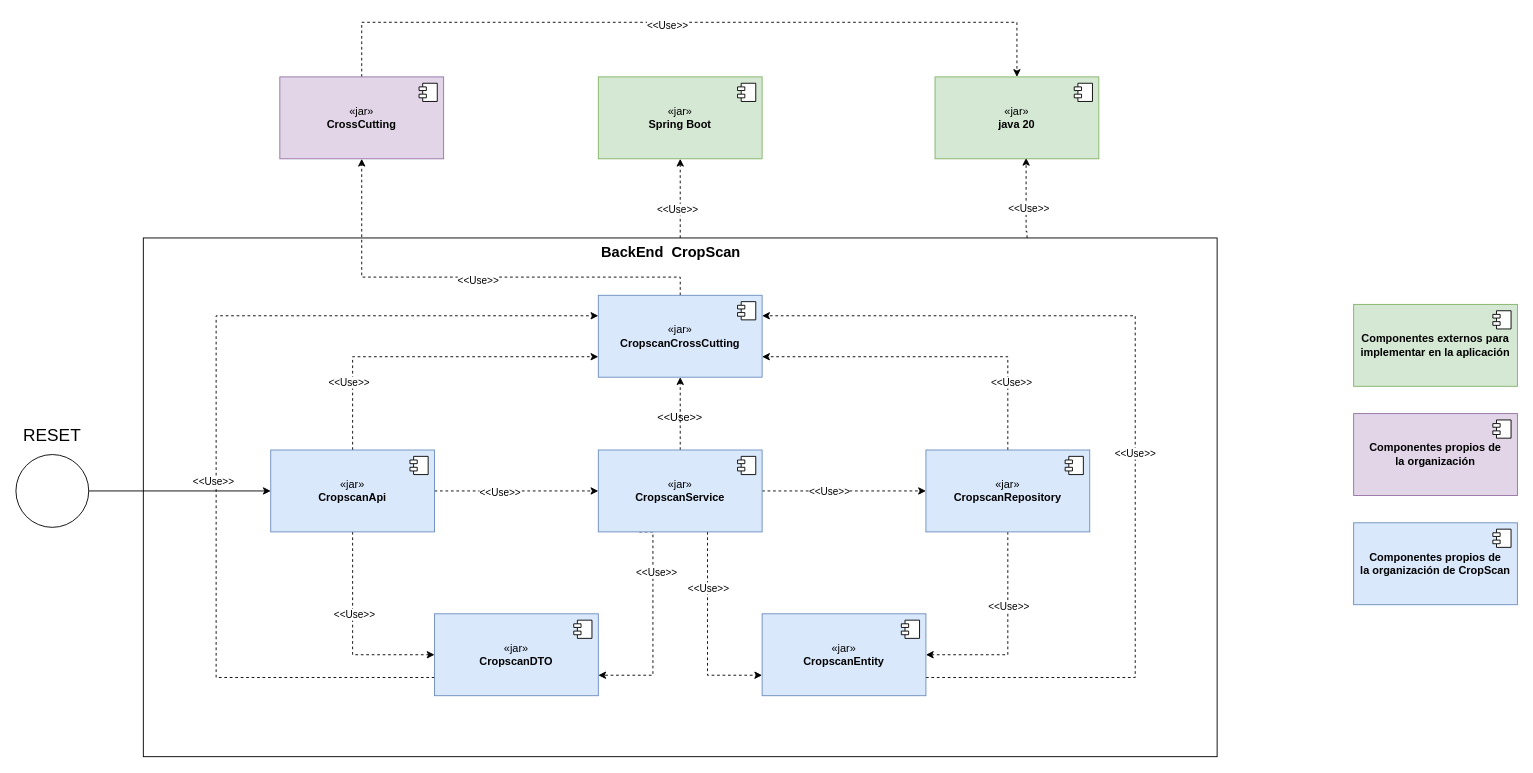
1193090526alexander/IngenieriaDeSotwareII keeps this draw.io diagram as proyecto de clase cropscan/Diagrama de componentes.drawio. Above is the earlier version. Source tidied: cells renumbered, new cells numbered last; positions are measured from the earlier drawing's top-left corner, leaving out a move shared by most shapes. Both pictures are drawn from the tidied source at 91%, with x=0, y=0 at pixel (15, 22).
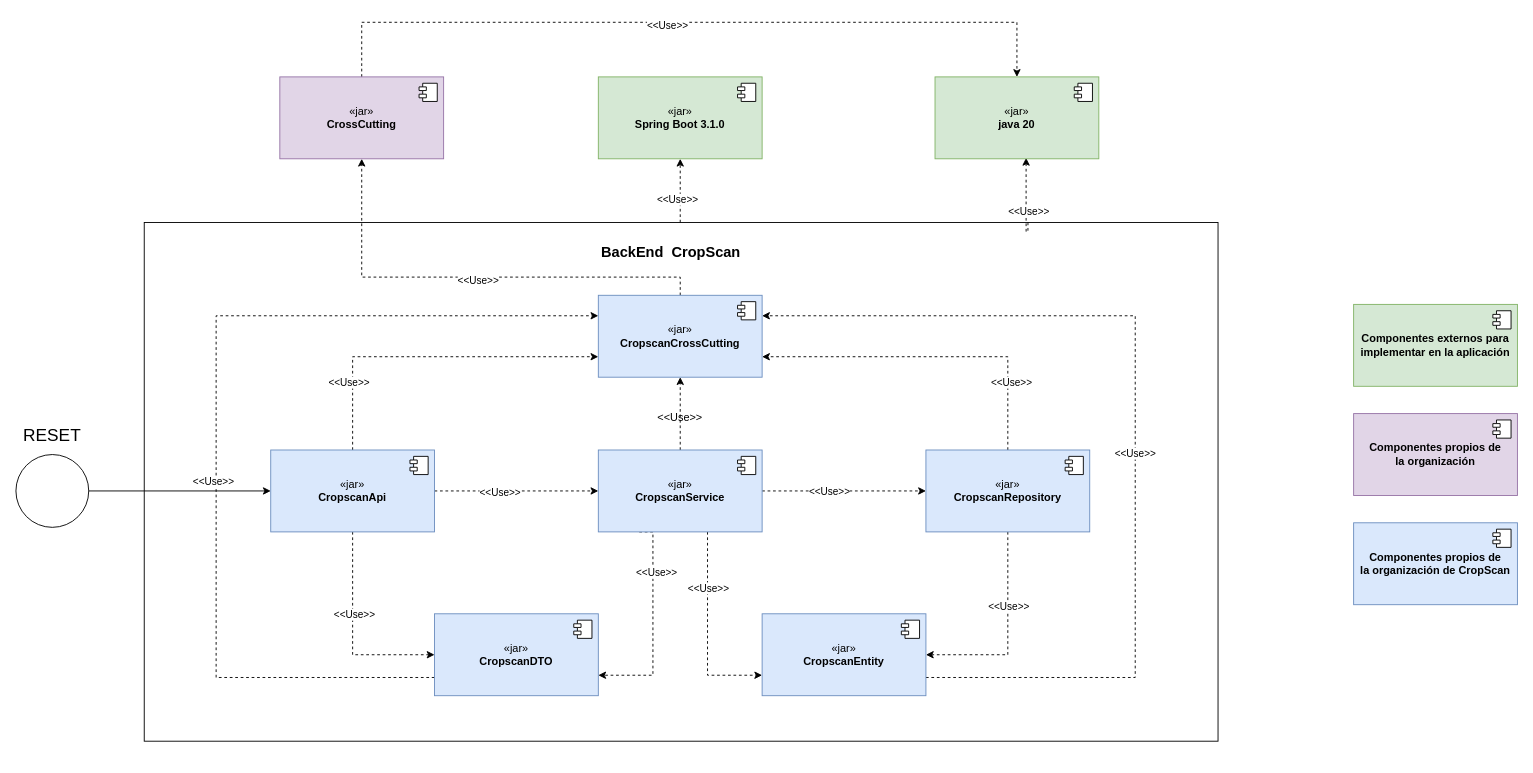
The same page after the edit.

Change to the diagram source:
```diff
@@
     <mxCell id="42" style="rounded=0;whiteSpace=wrap;html=1;fillColor=none;" parent="1" vertex="1">
-      <mxGeometry x="140" y="237" width="1180" height="570" as="geometry" />
+      <mxGeometry x="141" y="220" width="1180" height="570" as="geometry" />
     </mxCell>
@@
-    <mxCell id="48" value="«jar»&lt;br&gt;&lt;b&gt;Spring Boot&lt;/b&gt;" style="html=1;whiteSpace=wrap;fillColor=#d5e8d4;strokeColor=#82b366;" parent="1" vertex="1">
+    <mxCell id="48" value="«jar»&lt;br&gt;&lt;b&gt;Spring Boot 3.1.0&lt;/b&gt;" style="html=1;whiteSpace=wrap;fillColor=#d5e8d4;strokeColor=#82b366;" parent="1" vertex="1">
       <mxGeometry x="640" y="60" width="180" height="90" as="geometry" />
     </mxCell>
```
